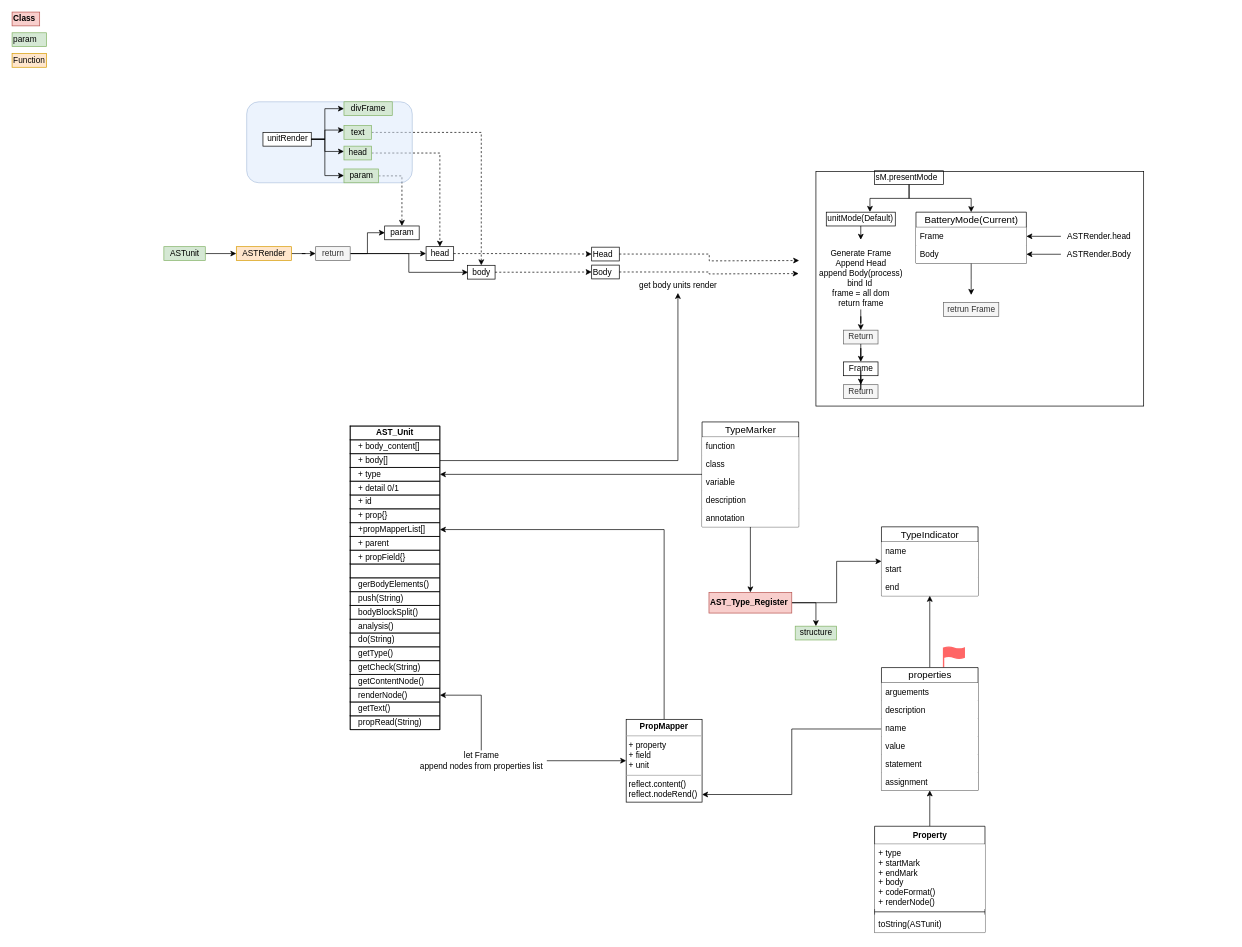
GitSamson/Scode keeps this draw.io diagram as Scode.drawio. Above is the earlier version. Source tidied: cells renumbered, new cells numbered last; positions are measured from the earlier drawing's top-left corner, leaving out a move shared by most shapes. Both pictures are drawn from the tidied source at 69%, with x=0, y=0 at pixel (12, 12).
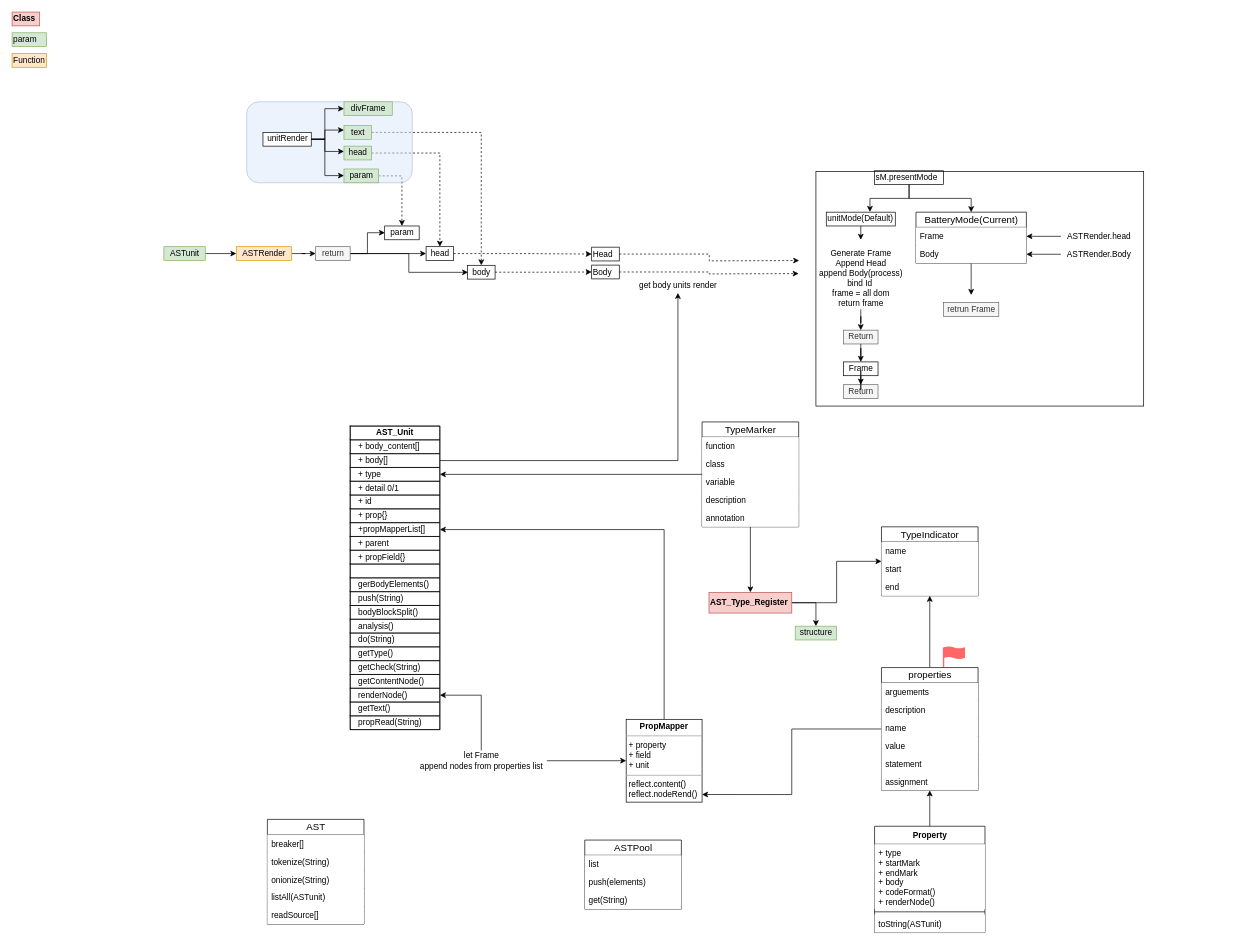
Above is the later version.

Change to the diagram source:
```diff
@@
+    <mxCell id="142" value="ASTPool" style="swimlane;fontStyle=0;horizontal=1;startSize=22;align=center;fontSize=14;rounded=0;html=1;fillColor=#ffffff;" parent="1" vertex="1">
+      <mxGeometry x="830" y="1200" width="140" height="100" as="geometry" />
+    </mxCell>
+    <mxCell id="143" value="list" style="text;strokeColor=none;fillColor=#ffffff;spacingLeft=4;spacingRight=4;overflow=hidden;fontSize=12;" parent="142" vertex="1">
+      <mxGeometry y="22" width="140" height="26" as="geometry" />
+    </mxCell>
+    <mxCell id="144" value="push(elements)" style="text;strokeColor=none;fillColor=#ffffff;spacingLeft=4;spacingRight=4;overflow=hidden;fontSize=12;" parent="142" vertex="1">
+      <mxGeometry y="48" width="140" height="26" as="geometry" />
+    </mxCell>
+    <mxCell id="145" value="get(String)" style="text;strokeColor=none;fillColor=#ffffff;spacingLeft=4;spacingRight=4;overflow=hidden;fontSize=12;" parent="142" vertex="1">
+      <mxGeometry y="74" width="140" height="26" as="geometry" />
+    </mxCell>
+    <mxCell id="146" value="AST" style="swimlane;fontStyle=0;horizontal=1;startSize=22;align=center;fontSize=14;rounded=0;html=1;fillColor=#ffffff;" parent="1" vertex="1">
+      <mxGeometry x="370" y="1170" width="140" height="152" as="geometry" />
+    </mxCell>
+    <mxCell id="147" value="breaker[]" style="text;strokeColor=none;fillColor=#ffffff;spacingLeft=4;spacingRight=4;overflow=hidden;fontSize=12;" parent="146" vertex="1">
+      <mxGeometry y="22" width="140" height="26" as="geometry" />
+    </mxCell>
+    <mxCell id="148" value="tokenize(String)" style="text;strokeColor=none;fillColor=#ffffff;spacingLeft=4;spacingRight=4;overflow=hidden;fontSize=12;" parent="146" vertex="1">
+      <mxGeometry y="48" width="140" height="26" as="geometry" />
+    </mxCell>
+    <mxCell id="149" value="onionize(String)" style="text;strokeColor=none;fillColor=#ffffff;spacingLeft=4;spacingRight=4;overflow=hidden;fontSize=12;" parent="146" vertex="1">
+      <mxGeometry y="74" width="140" height="26" as="geometry" />
+    </mxCell>
+    <mxCell id="150" value="listAll(ASTunit)" style="text;strokeColor=none;fillColor=#ffffff;spacingLeft=4;spacingRight=4;overflow=hidden;fontSize=12;" parent="146" vertex="1">
+      <mxGeometry y="100" width="140" height="26" as="geometry" />
+    </mxCell>
+    <mxCell id="151" value="readSource[]" style="text;strokeColor=none;fillColor=#ffffff;spacingLeft=4;spacingRight=4;overflow=hidden;fontSize=12;" parent="146" vertex="1">
+      <mxGeometry y="126" width="140" height="26" as="geometry" />
+    </mxCell>
```
